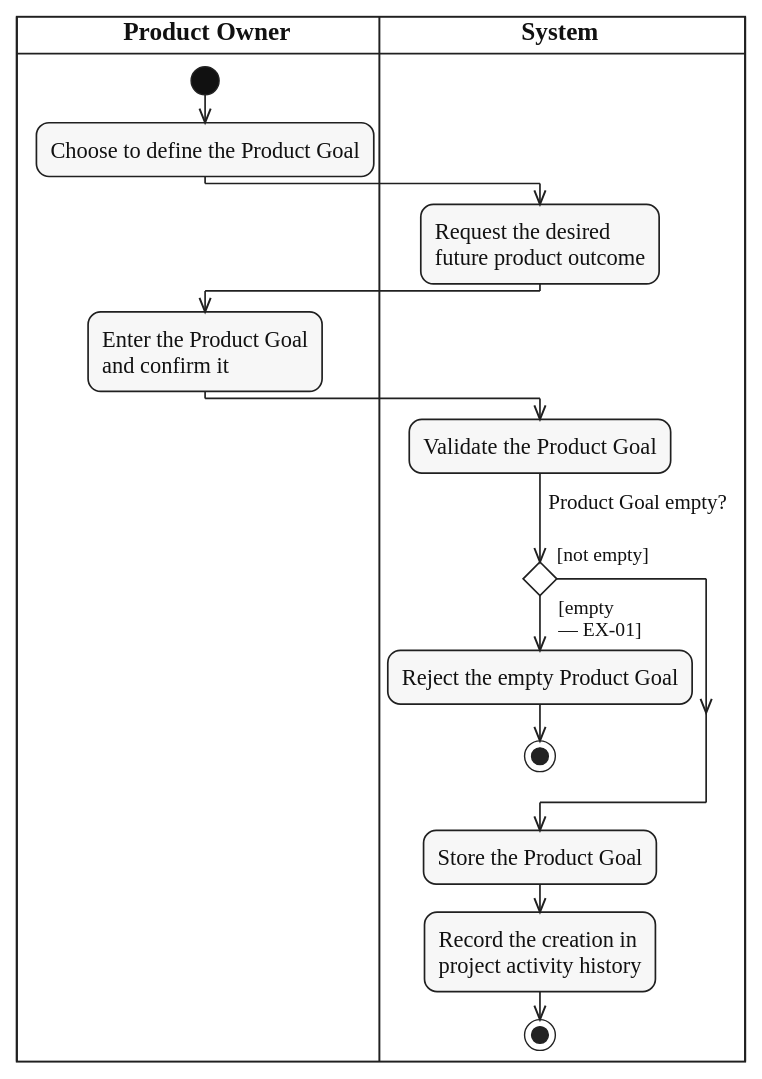
The PlantUML diagram diagrams/activity/product-backlog/svg/UC-PRODUCT-GOAL-SET.svg in lukenab/swd392-doc-automation, before a commit. Its source is kept beside it as diagrams/activity/product-backlog/source/UC-PRODUCT-GOAL-SET.puml. The source it was exported from:
```plantuml
@startuml UC-PRODUCT-GOAL-SET
!include ../../_shared/activity-style.puml

|PRO| $lane_title("Product Owner")
|SYS| $lane_title("System")

|PRO|
start
:Choose to define the Product Goal;
|SYS|
:Request the desired
future product outcome;
|PRO|
:Enter the Product Goal
and confirm it;
|SYS|
:Validate the Product Goal;
if ($question("Product Goal empty?")) then ($guard_left("[not empty]"))
else ($guard_right("[empty", "— EX-01]"))
  :Reject the empty Product Goal;
  stop
endif
:Store the Product Goal;
:Record the creation in
project activity history;
stop
@enduml
```
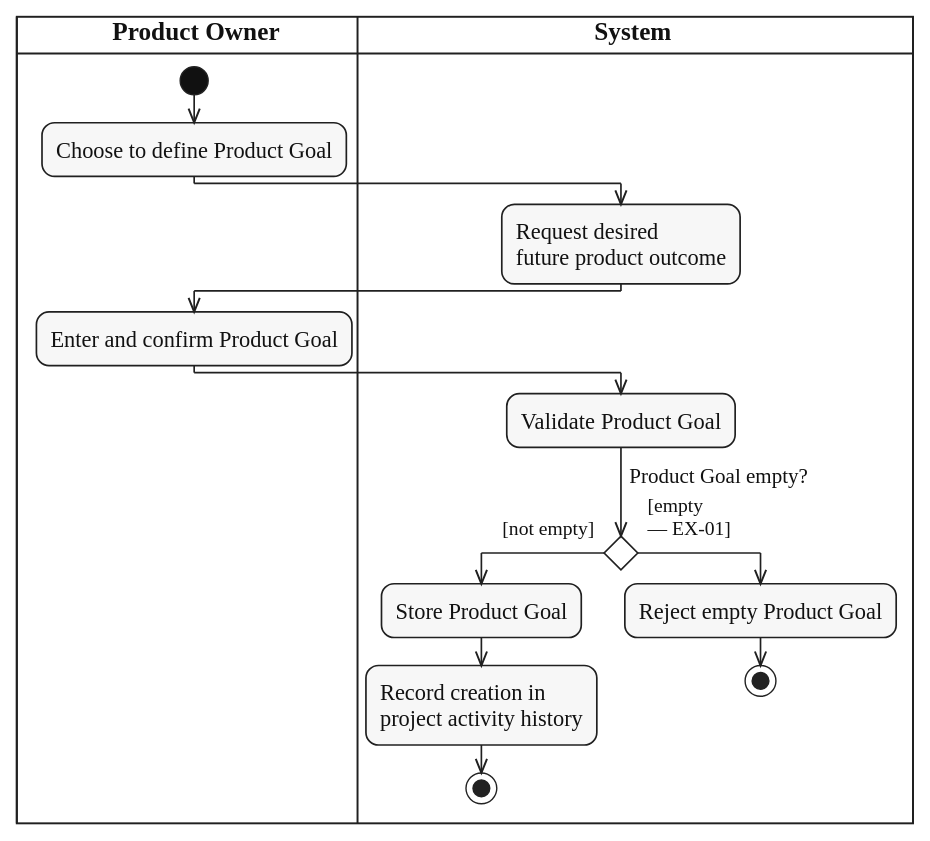
The same diagram one commit later.

Diff of the diagram source:
```diff
@@ -6,22 +6,22 @@
 
 |PRO|
 start
-:Choose to define the Product Goal;
+:Choose to define Product Goal;
 |SYS|
-:Request the desired
+:Request desired
 future product outcome;
 |PRO|
-:Enter the Product Goal
-and confirm it;
+:Enter and confirm Product Goal;
 |SYS|
-:Validate the Product Goal;
+:Validate Product Goal;
 if ($question("Product Goal empty?")) then ($guard_left("[not empty]"))
+  :Store Product Goal;
+  :Record creation in
+  project activity history;
+  stop
 else ($guard_right("[empty", "— EX-01]"))
-  :Reject the empty Product Goal;
+  |SYS|
+  :Reject empty Product Goal;
   stop
 endif
-:Store the Product Goal;
-:Record the creation in
-project activity history;
-stop
 @enduml
```
